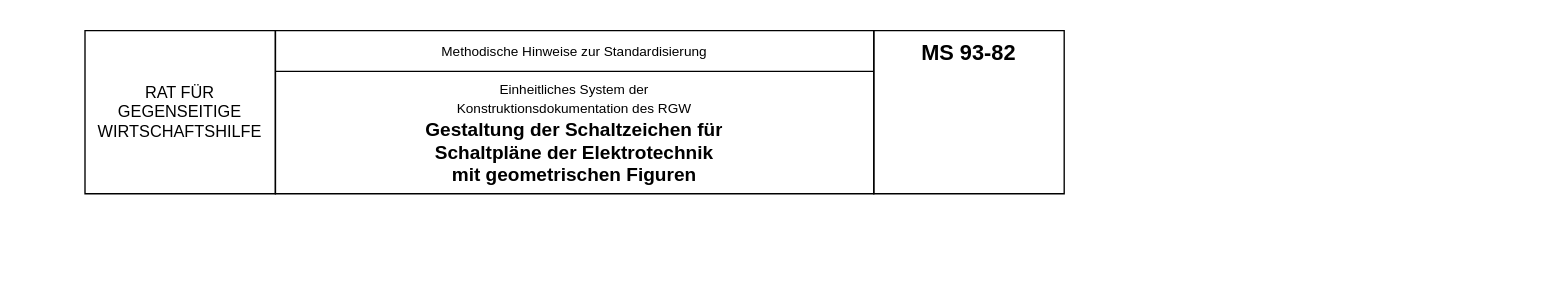
Above: contributions/MS-93-82/0000-Dokumentenkopf.drawio in lipro-ecad/ESKD-kicad-libraries (draw.io), before the change. Source tidied: cells renumbered, new cells numbered last; positions are measured from the earlier drawing's top-left corner, leaving out a move shared by most shapes. Both pictures are drawn from the tidied source at 136%, with x=0, y=0 at pixel (78, 23).
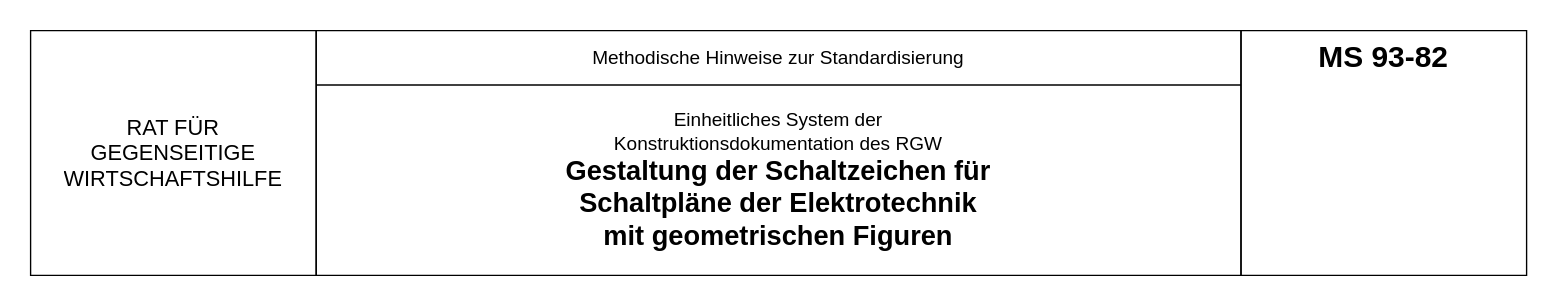
After the change.

Commit message (it also covers changes not shown here):
contrib: MS-93-82: resize header graphic

The edit, as a diff of the source:
```diff
@@
 <mxGraphModel>
   <root>
     <mxCell id="0" />
     <mxCell id="1" parent="0" />
-    <mxCell id="2" style="group;" parent="1" vertex="1">
-      <mxGeometry width="730" height="130" as="geometry" />
-    </mxCell>
-    <mxCell id="3" style="whiteSpace=wrap;html=1;strokeColor=none;" parent="2" vertex="1">
-      <mxGeometry width="730" height="130" as="geometry" />
+    <mxCell id="3" style="whiteSpace=wrap;html=1;strokeColor=none;" parent="1" vertex="1">
+      <mxGeometry x="-40" width="1110" height="190" as="geometry" />
     </mxCell>
-    <mxCell id="4" style="shape=table;startSize=0;childLayout=tableLayout;strokeColor=default;gradientColor=none;fillColor=none;" parent="2" vertex="1">
-      <mxGeometry x="145" y="5" width="440" height="120" as="geometry" />
+    <mxCell id="4" style="shape=table;startSize=0;childLayout=tableLayout;strokeColor=default;gradientColor=none;fillColor=none;" parent="1" vertex="1">
+      <mxGeometry x="175" y="5" width="680" height="180" as="geometry" />
     </mxCell>
     <mxCell id="5" style="shape=partialRectangle;fillColor=none;top=0;left=0;bottom=0;right=0;strokeColor=default;" parent="4" vertex="1">
-      <mxGeometry width="440" height="30" as="geometry" />
+      <mxGeometry width="680" height="40" as="geometry" />
     </mxCell>
-    <mxCell id="6" value="Methodische Hinweise zur Standardisierung" style="shape=partialRectangle;html=1;whiteSpace=wrap;overflow=hidden;fillColor=none;top=0;left=0;bottom=0;right=0;strokeColor=default;fontSize=10;" parent="5" vertex="1">
-      <mxGeometry width="440" height="30" as="geometry" />
+    <mxCell id="6" value="Methodische Hinweise zur Standardisierung" style="shape=partialRectangle;html=1;whiteSpace=wrap;overflow=hidden;fillColor=none;top=0;left=0;bottom=0;right=0;strokeColor=default;fontSize=14;" parent="5" vertex="1">
+      <mxGeometry width="680" height="40" as="geometry" />
     </mxCell>
     <mxCell id="7" style="shape=partialRectangle;fillColor=none;top=0;left=0;bottom=0;right=0;strokeColor=default;" parent="4" vertex="1">
-      <mxGeometry y="30" width="440" height="90" as="geometry" />
+      <mxGeometry y="40" width="680" height="140" as="geometry" />
     </mxCell>
-    <mxCell id="8" value="&lt;font style=&quot;font-size: 10px&quot;&gt;Einheitliches System der&lt;br&gt;Konstruktionsdokumentation des RGW&lt;/font&gt;&lt;br&gt;&lt;font style=&quot;font-size: 14px&quot;&gt;&lt;b&gt;Gestaltung der Schaltzeichen für&lt;br&gt;Schaltpläne der Elektrotechnik&lt;br&gt;mit geometrischen Figuren&lt;/b&gt;&lt;/font&gt;" style="shape=partialRectangle;html=1;whiteSpace=wrap;overflow=hidden;fillColor=none;top=0;left=0;bottom=0;right=0;strokeColor=default;" parent="7" vertex="1">
-      <mxGeometry width="440" height="90" as="geometry" />
+    <mxCell id="8" value="&lt;font style=&quot;font-size: 14px&quot;&gt;Einheitliches System der&lt;br&gt;Konstruktionsdokumentation des RGW&lt;/font&gt;&lt;br&gt;&lt;font style=&quot;font-size: 20px&quot;&gt;&lt;b&gt;Gestaltung der Schaltzeichen für&lt;br&gt;Schaltpläne der Elektrotechnik&lt;br&gt;mit geometrischen Figuren&lt;/b&gt;&lt;/font&gt;" style="shape=partialRectangle;html=1;whiteSpace=wrap;overflow=hidden;fillColor=none;top=0;left=0;bottom=0;right=0;strokeColor=default;" parent="7" vertex="1">
+      <mxGeometry width="680" height="140" as="geometry" />
     </mxCell>
-    <mxCell id="9" style="shape=table;startSize=0;childLayout=tableLayout;strokeColor=default;gradientColor=none;fillColor=none;" parent="2" vertex="1">
-      <mxGeometry x="5" y="5" width="140" height="120" as="geometry" />
+    <mxCell id="9" style="shape=table;startSize=0;childLayout=tableLayout;strokeColor=default;gradientColor=none;fillColor=none;" parent="1" vertex="1">
+      <mxGeometry x="-35" y="5" width="210" height="180" as="geometry" />
     </mxCell>
     <mxCell id="10" style="shape=partialRectangle;fillColor=none;top=0;left=0;bottom=0;right=0;strokeColor=default;" parent="9" vertex="1">
-      <mxGeometry width="140" height="120" as="geometry" />
+      <mxGeometry width="210" height="180" as="geometry" />
     </mxCell>
-    <mxCell id="11" value="&lt;span&gt;RAT FÜR GEGENSEITIGE WIRTSCHAFTSHILFE&lt;/span&gt;" style="shape=partialRectangle;html=1;whiteSpace=wrap;overflow=hidden;fillColor=none;top=0;left=0;bottom=0;right=0;strokeColor=default;" parent="10" vertex="1">
-      <mxGeometry width="140" height="120" as="geometry" />
+    <mxCell id="11" value="&lt;span style=&quot;font-size: 16px&quot;&gt;RAT FÜR&lt;br&gt;GEGENSEITIGE&lt;br&gt;WIRTSCHAFTSHILFE&lt;/span&gt;" style="shape=partialRectangle;html=1;whiteSpace=wrap;overflow=hidden;fillColor=none;top=0;left=0;bottom=0;right=0;strokeColor=default;fontSize=16;" parent="10" vertex="1">
+      <mxGeometry width="210" height="180" as="geometry" />
     </mxCell>
-    <mxCell id="12" style="shape=table;startSize=0;childLayout=tableLayout;strokeColor=default;gradientColor=none;fillColor=none;" parent="2" vertex="1">
-      <mxGeometry x="585" y="5" width="140" height="120" as="geometry" />
+    <mxCell id="12" style="shape=table;startSize=0;childLayout=tableLayout;strokeColor=default;gradientColor=none;fillColor=none;" parent="1" vertex="1">
+      <mxGeometry x="855" y="5" width="210" height="180" as="geometry" />
     </mxCell>
     <mxCell id="13" style="shape=partialRectangle;fillColor=none;top=0;left=0;bottom=0;right=0;strokeColor=default;" parent="12" vertex="1">
-      <mxGeometry width="140" height="120" as="geometry" />
+      <mxGeometry width="210" height="180" as="geometry" />
     </mxCell>
-    <mxCell id="14" value="MS 93-82" style="shape=partialRectangle;html=1;whiteSpace=wrap;overflow=hidden;fillColor=none;top=0;left=0;bottom=0;right=0;strokeColor=default;fontSize=16;fontStyle=1;verticalAlign=top;" parent="13" vertex="1">
-      <mxGeometry width="140" height="120" as="geometry" />
+    <mxCell id="14" value="MS 93-82" style="shape=partialRectangle;html=1;whiteSpace=wrap;overflow=hidden;fillColor=none;top=0;left=0;bottom=0;right=0;strokeColor=default;fontSize=22;fontStyle=1;verticalAlign=top;" parent="13" vertex="1">
+      <mxGeometry width="210" height="180" as="geometry" />
     </mxCell>
   </root>
 </mxGraphModel>
```
